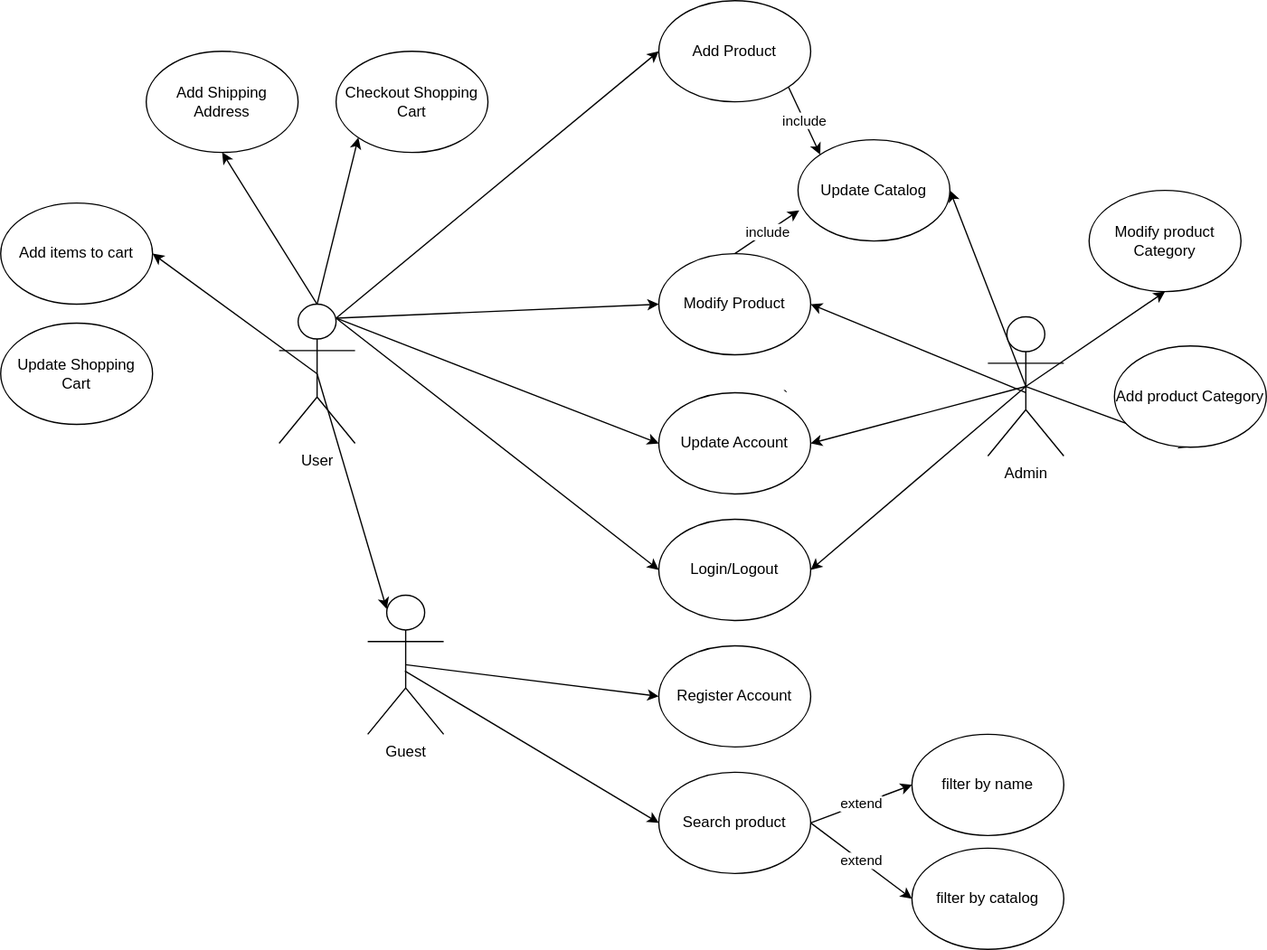
Before: Booktopia.svg, a diagram exported from draw.io (Mohamed-Saber-97/booktopia). Source tidied: cells renumbered, new cells last; positions are measured from the earlier drawing's top-left corner, leaving out a move shared by most shapes. The source it was exported from:
```xml
<mxGraphModel>
  <root>
    <mxCell id="0" />
    <mxCell id="1" parent="0" />
    <mxCell id="2" style="rounded=0;jettySize=auto;html=1;exitX=0.5;exitY=0.5;exitDx=0;exitDy=0;exitPerimeter=0;entryX=0.25;entryY=0.1;entryDx=0;entryDy=0;entryPerimeter=0;" parent="1" edge="1" source="9" target="17">
      <mxGeometry relative="1" as="geometry" />
    </mxCell>
    <mxCell id="3" style="rounded=0;jettySize=auto;html=1;exitX=0.75;exitY=0.1;exitDx=0;exitDy=0;exitPerimeter=0;entryX=0;entryY=0.5;entryDx=0;entryDy=0;" parent="1" edge="1" source="9" target="19">
      <mxGeometry relative="1" as="geometry" />
    </mxCell>
    <mxCell id="4" style="rounded=0;jettySize=auto;html=1;exitX=0.75;exitY=0.1;exitDx=0;exitDy=0;exitPerimeter=0;entryX=0;entryY=0.5;entryDx=0;entryDy=0;" parent="1" edge="1" source="9" target="22">
      <mxGeometry relative="1" as="geometry" />
    </mxCell>
    <mxCell id="5" style="rounded=0;jettySize=auto;html=1;exitX=0.75;exitY=0.1;exitDx=0;exitDy=0;exitPerimeter=0;entryX=0;entryY=0.5;entryDx=0;entryDy=0;" parent="1" edge="1" source="9" target="23">
      <mxGeometry relative="1" as="geometry" />
    </mxCell>
    <mxCell id="6" style="rounded=0;jettySize=auto;html=1;exitX=0.5;exitY=0;exitDx=0;exitDy=0;exitPerimeter=0;entryX=0.5;entryY=1;entryDx=0;entryDy=0;" parent="1" edge="1" source="9" target="24">
      <mxGeometry relative="1" as="geometry" />
    </mxCell>
    <mxCell id="7" style="rounded=0;jettySize=auto;html=1;exitX=0.5;exitY=0;exitDx=0;exitDy=0;exitPerimeter=0;entryX=0;entryY=1;entryDx=0;entryDy=0;" parent="1" edge="1" source="9" target="25">
      <mxGeometry relative="1" as="geometry" />
    </mxCell>
    <mxCell id="8" style="rounded=0;jettySize=auto;html=1;exitX=0.5;exitY=0.5;exitDx=0;exitDy=0;exitPerimeter=0;entryX=1;entryY=0.5;entryDx=0;entryDy=0;" parent="1" edge="1" source="9" target="37">
      <mxGeometry relative="1" as="geometry" />
    </mxCell>
    <mxCell id="9" value="User" style="shape=umlActor;verticalLabelPosition=bottom;verticalAlign=top;html=1;" parent="1" vertex="1">
      <mxGeometry x="220" y="240" width="60" height="110" as="geometry" />
    </mxCell>
    <mxCell id="10" style="rounded=0;jettySize=auto;html=1;exitX=0.5;exitY=0.5;exitDx=0;exitDy=0;exitPerimeter=0;entryX=0.5;entryY=1;entryDx=0;entryDy=0;" parent="1" edge="1" source="15" target="27">
      <mxGeometry relative="1" as="geometry" />
    </mxCell>
    <mxCell id="11" style="rounded=0;jettySize=auto;html=1;entryX=0.5;entryY=1;entryDx=0;entryDy=0;exitX=0.5;exitY=0.5;exitDx=0;exitDy=0;exitPerimeter=0;" parent="1" edge="1" source="15" target="28">
      <mxGeometry relative="1" as="geometry" />
    </mxCell>
    <mxCell id="12" style="rounded=0;jettySize=auto;html=1;exitX=0.5;exitY=0.5;exitDx=0;exitDy=0;exitPerimeter=0;entryX=1;entryY=0.5;entryDx=0;entryDy=0;" parent="1" edge="1" source="15" target="20">
      <mxGeometry relative="1" as="geometry" />
    </mxCell>
    <mxCell id="13" style="rounded=0;jettySize=auto;html=1;exitX=0.5;exitY=0.5;exitDx=0;exitDy=0;exitPerimeter=0;entryX=1;entryY=0.5;entryDx=0;entryDy=0;" parent="1" edge="1" source="15" target="22">
      <mxGeometry relative="1" as="geometry" />
    </mxCell>
    <mxCell id="14" style="rounded=0;jettySize=auto;html=1;exitX=0.5;exitY=0.5;exitDx=0;exitDy=0;exitPerimeter=0;entryX=1;entryY=0.5;entryDx=0;entryDy=0;" parent="1" edge="1" source="15" target="23">
      <mxGeometry relative="1" as="geometry" />
    </mxCell>
    <mxCell id="15" value="Admin" style="shape=umlActor;verticalLabelPosition=bottom;verticalAlign=top;html=1;" parent="1" vertex="1">
      <mxGeometry x="780" y="250" width="60" height="110" as="geometry" />
    </mxCell>
    <mxCell id="16" style="rounded=0;jettySize=auto;html=1;exitX=0.5;exitY=0.5;exitDx=0;exitDy=0;exitPerimeter=0;entryX=0;entryY=0.5;entryDx=0;entryDy=0;" parent="1" edge="1" source="17" target="32">
      <mxGeometry relative="1" as="geometry" />
    </mxCell>
    <mxCell id="17" value="Guest" style="shape=umlActor;verticalLabelPosition=bottom;verticalAlign=top;html=1;" parent="1" vertex="1">
      <mxGeometry x="290" y="470" width="60" height="110" as="geometry" />
    </mxCell>
    <mxCell id="18" value="include" style="rounded=0;jettySize=auto;html=1;exitX=1;exitY=1;exitDx=0;exitDy=0;entryX=0;entryY=0;entryDx=0;entryDy=0;" parent="1" edge="1" source="19" target="20">
      <mxGeometry relative="1" as="geometry" />
    </mxCell>
    <mxCell id="19" value="Add Product" style="ellipse;whiteSpace=wrap;html=1;" parent="1" vertex="1">
      <mxGeometry x="520" width="120" height="80" as="geometry" />
    </mxCell>
    <mxCell id="20" value="Update Catalog" style="ellipse;whiteSpace=wrap;html=1;" parent="1" vertex="1">
      <mxGeometry x="630" y="110" width="120" height="80" as="geometry" />
    </mxCell>
    <mxCell id="21" value="Modify Product" style="ellipse;whiteSpace=wrap;html=1;" parent="1" vertex="1">
      <mxGeometry x="520" y="200" width="120" height="80" as="geometry" />
    </mxCell>
    <mxCell id="22" value="Update Account" style="ellipse;whiteSpace=wrap;html=1;" parent="1" vertex="1">
      <mxGeometry x="520" y="310" width="120" height="80" as="geometry" />
    </mxCell>
    <mxCell id="23" value="Login/Logout" style="ellipse;whiteSpace=wrap;html=1;" parent="1" vertex="1">
      <mxGeometry x="520" y="410" width="120" height="80" as="geometry" />
    </mxCell>
    <mxCell id="24" value="Add Shipping Address" style="ellipse;whiteSpace=wrap;html=1;" parent="1" vertex="1">
      <mxGeometry x="115" y="40" width="120" height="80" as="geometry" />
    </mxCell>
    <mxCell id="25" value="Checkout Shopping Cart" style="ellipse;whiteSpace=wrap;html=1;" parent="1" vertex="1">
      <mxGeometry x="265" y="40" width="120" height="80" as="geometry" />
    </mxCell>
    <mxCell id="26" value="include" style="rounded=0;jettySize=auto;html=1;exitX=0.5;exitY=0;exitDx=0;exitDy=0;entryX=0.008;entryY=0.697;entryDx=0;entryDy=0;entryPerimeter=0;" parent="1" edge="1" source="21" target="20">
      <mxGeometry relative="1" as="geometry" />
    </mxCell>
    <mxCell id="27" value="Add product Category" style="ellipse;whiteSpace=wrap;html=1;" parent="1" vertex="1">
      <mxGeometry x="880" y="273" width="120" height="80" as="geometry" />
    </mxCell>
    <mxCell id="28" value="Modify product Category" style="ellipse;whiteSpace=wrap;html=1;" parent="1" vertex="1">
      <mxGeometry x="860" y="150" width="120" height="80" as="geometry" />
    </mxCell>
    <mxCell id="29" style="rounded=0;jettySize=auto;html=1;exitX=0.75;exitY=0.1;exitDx=0;exitDy=0;exitPerimeter=0;entryX=0;entryY=0.5;entryDx=0;entryDy=0;" parent="1" edge="1" source="9">
      <mxGeometry relative="1" as="geometry">
        <mxPoint x="520" y="240" as="targetPoint" />
      </mxGeometry>
    </mxCell>
    <mxCell id="30" style="rounded=0;jettySize=auto;html=1;exitX=0.5;exitY=0.545;exitDx=0;exitDy=0;exitPerimeter=0;entryX=1;entryY=0.5;entryDx=0;entryDy=0;" parent="1" edge="1" source="15">
      <mxGeometry relative="1" as="geometry">
        <mxPoint x="640" y="240" as="targetPoint" />
      </mxGeometry>
    </mxCell>
    <mxCell id="31" value="`" style="text;html=1;align=center;verticalAlign=middle;strokeColor=none;fillColor=none;" parent="1" vertex="1">
      <mxGeometry x="605" y="298" width="30" height="30" as="geometry" />
    </mxCell>
    <mxCell id="32" value="Register Account" style="ellipse;whiteSpace=wrap;html=1;" parent="1" vertex="1">
      <mxGeometry x="520" y="510" width="120" height="80" as="geometry" />
    </mxCell>
    <mxCell id="33" style="rounded=0;jettySize=auto;html=1;exitX=0.49;exitY=0.545;exitDx=0;exitDy=0;exitPerimeter=0;entryX=0;entryY=0.5;entryDx=0;entryDy=0;" parent="1" edge="1" source="17" target="36">
      <mxGeometry relative="1" as="geometry" />
    </mxCell>
    <mxCell id="34" value="extend" style="rounded=0;jettySize=auto;html=1;exitX=1;exitY=0.5;exitDx=0;exitDy=0;entryX=0;entryY=0.5;entryDx=0;entryDy=0;" parent="1" edge="1" source="36" target="38">
      <mxGeometry relative="1" as="geometry" />
    </mxCell>
    <mxCell id="35" value="extend" style="rounded=0;jettySize=auto;html=1;exitX=1;exitY=0.5;exitDx=0;exitDy=0;entryX=0;entryY=0.5;entryDx=0;entryDy=0;" parent="1" edge="1" source="36" target="39">
      <mxGeometry relative="1" as="geometry" />
    </mxCell>
    <mxCell id="36" value="Search product" style="ellipse;whiteSpace=wrap;html=1;" parent="1" vertex="1">
      <mxGeometry x="520" y="610" width="120" height="80" as="geometry" />
    </mxCell>
    <mxCell id="37" value="Add items to cart" style="ellipse;whiteSpace=wrap;html=1;" parent="1" vertex="1">
      <mxGeometry y="160" width="120" height="80" as="geometry" />
    </mxCell>
    <mxCell id="38" value="filter by name" style="ellipse;whiteSpace=wrap;html=1;" parent="1" vertex="1">
      <mxGeometry x="720" y="580" width="120" height="80" as="geometry" />
    </mxCell>
    <mxCell id="39" value="filter by catalog" style="ellipse;whiteSpace=wrap;html=1;" parent="1" vertex="1">
      <mxGeometry x="720" y="670" width="120" height="80" as="geometry" />
    </mxCell>
    <mxCell id="40" value="Update Shopping Cart" style="ellipse;whiteSpace=wrap;html=1;" parent="1" vertex="1">
      <mxGeometry y="255" width="120" height="80" as="geometry" />
    </mxCell>
  </root>
</mxGraphModel>
```
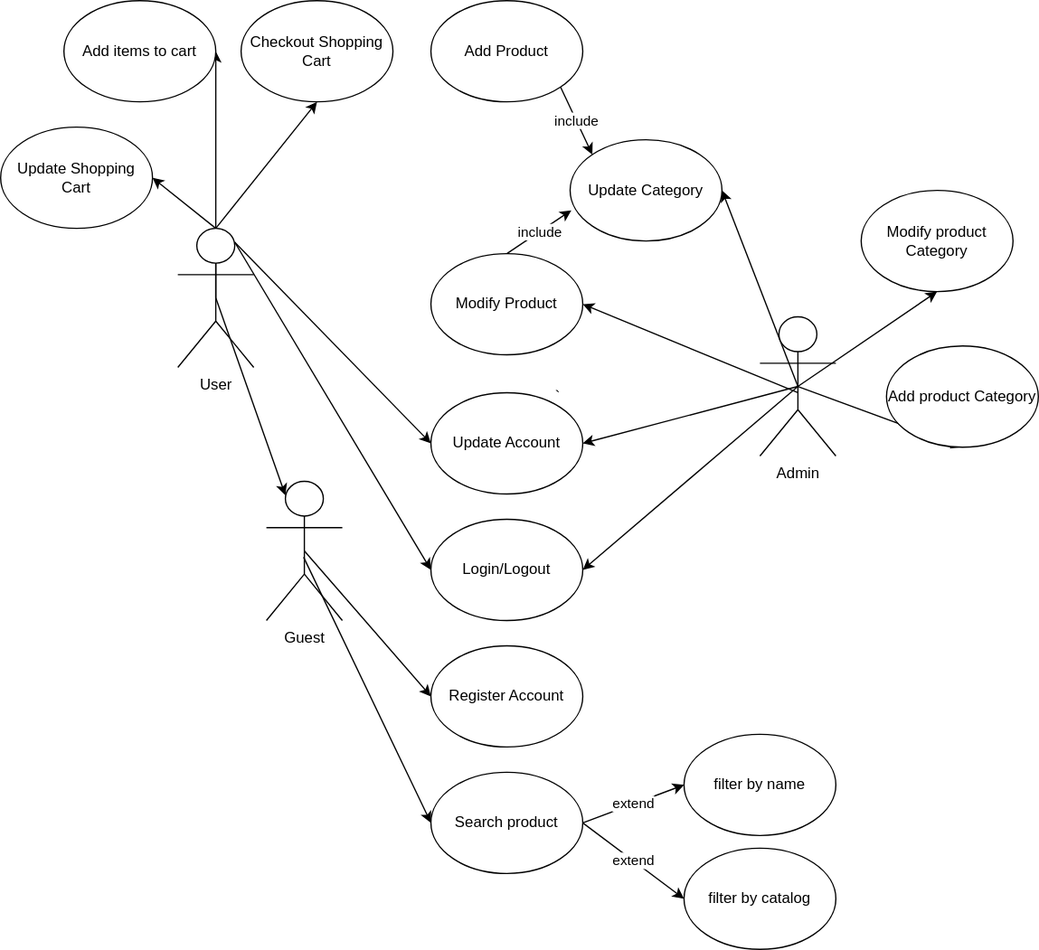
After the commit.

Change to the diagram source:
```diff
@@ -5,26 +5,23 @@
     <mxCell id="2" style="rounded=0;jettySize=auto;html=1;exitX=0.5;exitY=0.5;exitDx=0;exitDy=0;exitPerimeter=0;entryX=0.25;entryY=0.1;entryDx=0;entryDy=0;entryPerimeter=0;" parent="1" edge="1" source="9" target="17">
       <mxGeometry relative="1" as="geometry" />
     </mxCell>
-    <mxCell id="3" style="rounded=0;jettySize=auto;html=1;exitX=0.75;exitY=0.1;exitDx=0;exitDy=0;exitPerimeter=0;entryX=0;entryY=0.5;entryDx=0;entryDy=0;" parent="1" edge="1" source="9" target="19">
-      <mxGeometry relative="1" as="geometry" />
-    </mxCell>
     <mxCell id="4" style="rounded=0;jettySize=auto;html=1;exitX=0.75;exitY=0.1;exitDx=0;exitDy=0;exitPerimeter=0;entryX=0;entryY=0.5;entryDx=0;entryDy=0;" parent="1" edge="1" source="9" target="22">
       <mxGeometry relative="1" as="geometry" />
     </mxCell>
     <mxCell id="5" style="rounded=0;jettySize=auto;html=1;exitX=0.75;exitY=0.1;exitDx=0;exitDy=0;exitPerimeter=0;entryX=0;entryY=0.5;entryDx=0;entryDy=0;" parent="1" edge="1" source="9" target="23">
       <mxGeometry relative="1" as="geometry" />
     </mxCell>
-    <mxCell id="6" style="rounded=0;jettySize=auto;html=1;exitX=0.5;exitY=0;exitDx=0;exitDy=0;exitPerimeter=0;entryX=0.5;entryY=1;entryDx=0;entryDy=0;" parent="1" edge="1" source="9" target="24">
-      <mxGeometry relative="1" as="geometry" />
-    </mxCell>
-    <mxCell id="7" style="rounded=0;jettySize=auto;html=1;exitX=0.5;exitY=0;exitDx=0;exitDy=0;exitPerimeter=0;entryX=0;entryY=1;entryDx=0;entryDy=0;" parent="1" edge="1" source="9" target="25">
+    <mxCell id="7" style="rounded=0;jettySize=auto;html=1;exitX=0.5;exitY=0;exitDx=0;exitDy=0;exitPerimeter=0;entryX=0.5;entryY=1;entryDx=0;entryDy=0;" parent="1" edge="1" source="9" target="25">
       <mxGeometry relative="1" as="geometry" />
     </mxCell>
     <mxCell id="8" style="rounded=0;jettySize=auto;html=1;exitX=0.5;exitY=0.5;exitDx=0;exitDy=0;exitPerimeter=0;entryX=1;entryY=0.5;entryDx=0;entryDy=0;" parent="1" edge="1" source="9" target="37">
       <mxGeometry relative="1" as="geometry" />
     </mxCell>
+    <mxCell id="41" style="rounded=0;jettySize=auto;html=1;exitX=0.5;exitY=0;exitDx=0;exitDy=0;exitPerimeter=0;entryX=1;entryY=0.5;entryDx=0;entryDy=0;" parent="1" edge="1" source="9" target="40">
+      <mxGeometry relative="1" as="geometry" />
+    </mxCell>
     <mxCell id="9" value="User" style="shape=umlActor;verticalLabelPosition=bottom;verticalAlign=top;html=1;" parent="1" vertex="1">
-      <mxGeometry x="220" y="240" width="60" height="110" as="geometry" />
+      <mxGeometry x="320" y="180" width="60" height="110" as="geometry" />
     </mxCell>
     <mxCell id="10" style="rounded=0;jettySize=auto;html=1;exitX=0.5;exitY=0.5;exitDx=0;exitDy=0;exitPerimeter=0;entryX=0.5;entryY=1;entryDx=0;entryDy=0;" parent="1" edge="1" source="15" target="27">
       <mxGeometry relative="1" as="geometry" />
@@ -48,7 +45,7 @@
       <mxGeometry relative="1" as="geometry" />
     </mxCell>
     <mxCell id="17" value="Guest" style="shape=umlActor;verticalLabelPosition=bottom;verticalAlign=top;html=1;" parent="1" vertex="1">
-      <mxGeometry x="290" y="470" width="60" height="110" as="geometry" />
+      <mxGeometry x="390" y="380" width="60" height="110" as="geometry" />
     </mxCell>
     <mxCell id="18" value="include" style="rounded=0;jettySize=auto;html=1;exitX=1;exitY=1;exitDx=0;exitDy=0;entryX=0;entryY=0;entryDx=0;entryDy=0;" parent="1" edge="1" source="19" target="20">
       <mxGeometry relative="1" as="geometry" />
@@ -56,7 +53,7 @@
     <mxCell id="19" value="Add Product" style="ellipse;whiteSpace=wrap;html=1;" parent="1" vertex="1">
       <mxGeometry x="520" width="120" height="80" as="geometry" />
     </mxCell>
-    <mxCell id="20" value="Update Catalog" style="ellipse;whiteSpace=wrap;html=1;" parent="1" vertex="1">
+    <mxCell id="20" value="Update Category" style="ellipse;whiteSpace=wrap;html=1;" parent="1" vertex="1">
       <mxGeometry x="630" y="110" width="120" height="80" as="geometry" />
     </mxCell>
     <mxCell id="21" value="Modify Product" style="ellipse;whiteSpace=wrap;html=1;" parent="1" vertex="1">
@@ -68,11 +65,8 @@
     <mxCell id="23" value="Login/Logout" style="ellipse;whiteSpace=wrap;html=1;" parent="1" vertex="1">
       <mxGeometry x="520" y="410" width="120" height="80" as="geometry" />
     </mxCell>
-    <mxCell id="24" value="Add Shipping Address" style="ellipse;whiteSpace=wrap;html=1;" parent="1" vertex="1">
-      <mxGeometry x="115" y="40" width="120" height="80" as="geometry" />
-    </mxCell>
     <mxCell id="25" value="Checkout Shopping Cart" style="ellipse;whiteSpace=wrap;html=1;" parent="1" vertex="1">
-      <mxGeometry x="265" y="40" width="120" height="80" as="geometry" />
+      <mxGeometry x="370" width="120" height="80" as="geometry" />
     </mxCell>
     <mxCell id="26" value="include" style="rounded=0;jettySize=auto;html=1;exitX=0.5;exitY=0;exitDx=0;exitDy=0;entryX=0.008;entryY=0.697;entryDx=0;entryDy=0;entryPerimeter=0;" parent="1" edge="1" source="21" target="20">
       <mxGeometry relative="1" as="geometry" />
@@ -83,11 +77,6 @@
     <mxCell id="28" value="Modify product Category" style="ellipse;whiteSpace=wrap;html=1;" parent="1" vertex="1">
       <mxGeometry x="860" y="150" width="120" height="80" as="geometry" />
     </mxCell>
-    <mxCell id="29" style="rounded=0;jettySize=auto;html=1;exitX=0.75;exitY=0.1;exitDx=0;exitDy=0;exitPerimeter=0;entryX=0;entryY=0.5;entryDx=0;entryDy=0;" parent="1" edge="1" source="9">
-      <mxGeometry relative="1" as="geometry">
-        <mxPoint x="520" y="240" as="targetPoint" />
-      </mxGeometry>
-    </mxCell>
     <mxCell id="30" style="rounded=0;jettySize=auto;html=1;exitX=0.5;exitY=0.545;exitDx=0;exitDy=0;exitPerimeter=0;entryX=1;entryY=0.5;entryDx=0;entryDy=0;" parent="1" edge="1" source="15">
       <mxGeometry relative="1" as="geometry">
         <mxPoint x="640" y="240" as="targetPoint" />
@@ -112,7 +101,7 @@
       <mxGeometry x="520" y="610" width="120" height="80" as="geometry" />
     </mxCell>
     <mxCell id="37" value="Add items to cart" style="ellipse;whiteSpace=wrap;html=1;" parent="1" vertex="1">
-      <mxGeometry y="160" width="120" height="80" as="geometry" />
+      <mxGeometry x="230" width="120" height="80" as="geometry" />
     </mxCell>
     <mxCell id="38" value="filter by name" style="ellipse;whiteSpace=wrap;html=1;" parent="1" vertex="1">
       <mxGeometry x="720" y="580" width="120" height="80" as="geometry" />
@@ -121,7 +110,7 @@
       <mxGeometry x="720" y="670" width="120" height="80" as="geometry" />
     </mxCell>
     <mxCell id="40" value="Update Shopping Cart" style="ellipse;whiteSpace=wrap;html=1;" parent="1" vertex="1">
-      <mxGeometry y="255" width="120" height="80" as="geometry" />
+      <mxGeometry x="180" y="100" width="120" height="80" as="geometry" />
     </mxCell>
   </root>
 </mxGraphModel>
```
